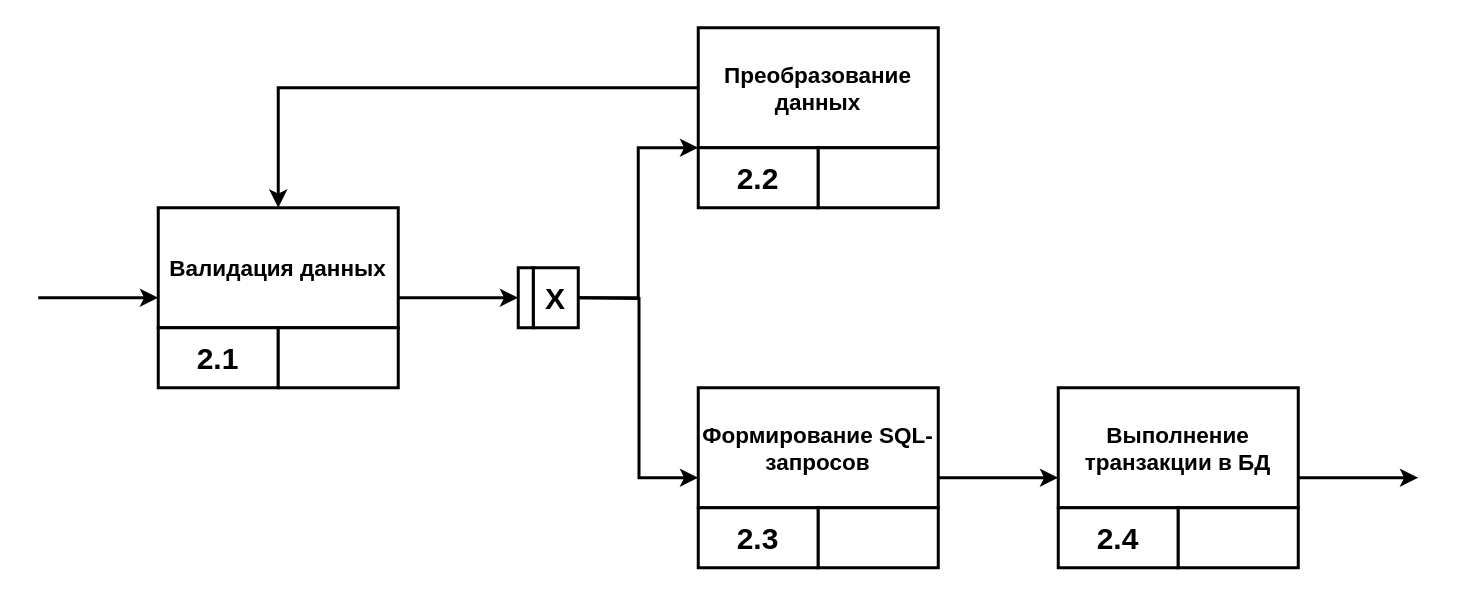
Before: page "IDEF3_2" (3 of 6) of ТРПОиОК, л.р. 3, IDEF0.drawio in Cyber-Limon/Software_development_technology_and_quality_assessment___Lab_3, a draw.io diagram. Source tidied: cells renumbered, new cells numbered last; positions are measured from the earlier drawing's top-left corner, leaving out a move shared by most shapes. Both pictures are drawn from the tidied source at 150%, with x=0, y=0 at pixel (38, 27).
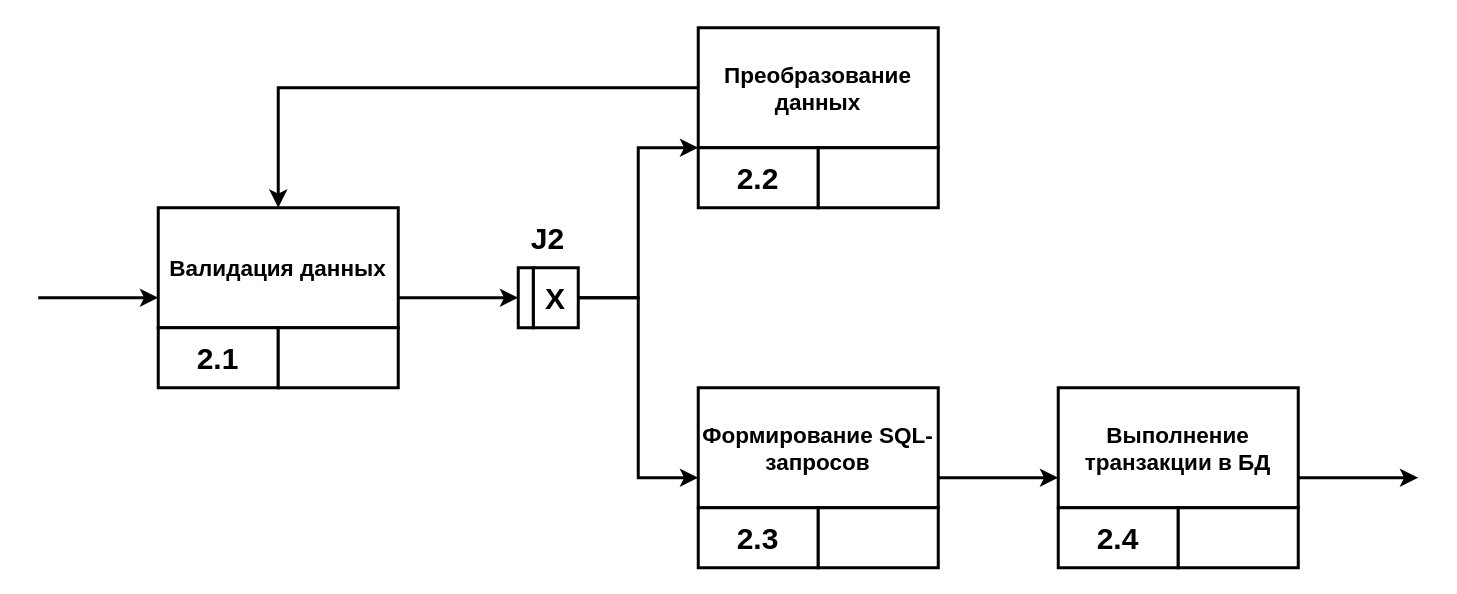
The same page after the edit.

The change refers to these unchanged cells:
```xml
<mxCell id="7" value="&lt;span style=&quot;font-size: 15px;&quot;&gt;&lt;b&gt;Формирование SQL-запросов&lt;/b&gt;&lt;/span&gt;" style="rounded=0;whiteSpace=wrap;html=1;strokeWidth=2;" parent="6" vertex="1">
  <mxGeometry width="160" height="80" as="geometry" />
</mxCell>
```

What changed in the source:
```diff
@@
     <mxCell id="21" style="endArrow=classic;html=1;rounded=0;entryX=0;entryY=0.75;entryDx=0;entryDy=0;strokeWidth=2;fontStyle=1;edgeStyle=orthogonalEdgeStyle;exitX=1;exitY=0.5;exitDx=0;exitDy=0;" parent="1" edge="1" target="7">
       <mxGeometry relative="1" as="geometry">
         <mxPoint x="360" y="180" as="sourcePoint" />
+        <Array as="points">
+          <mxPoint x="400" y="180" />
+          <mxPoint x="400" y="300" />
+        </Array>
       </mxGeometry>
     </mxCell>
@@
+    <mxCell id="28" value="&lt;b&gt;&lt;font&gt;J2&lt;/font&gt;&lt;/b&gt;" style="text;html=1;whiteSpace=wrap;strokeColor=none;fillColor=none;align=center;verticalAlign=middle;rounded=0;fontSize=20;" parent="1" vertex="1">
+      <mxGeometry x="320" y="120" width="40" height="40" as="geometry" />
+    </mxCell>
```
